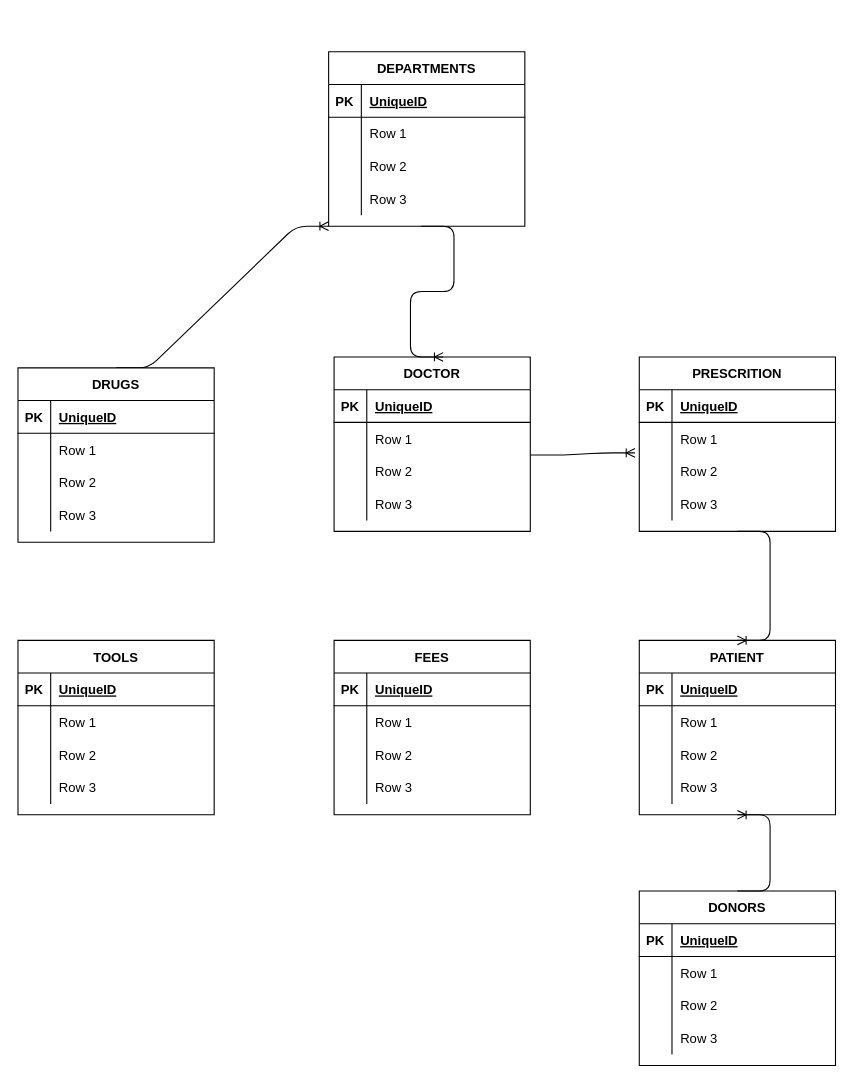
The draw.io diagram Database exercise.drawio in AlvinAlagos/A07, before the edit. Source tidied: cells renumbered, new cells numbered last; positions are measured from the earlier drawing's top-left corner, leaving out a move shared by most shapes. Both pictures are drawn from the tidied source at 109%, with x=0, y=0 at pixel (17, 51).
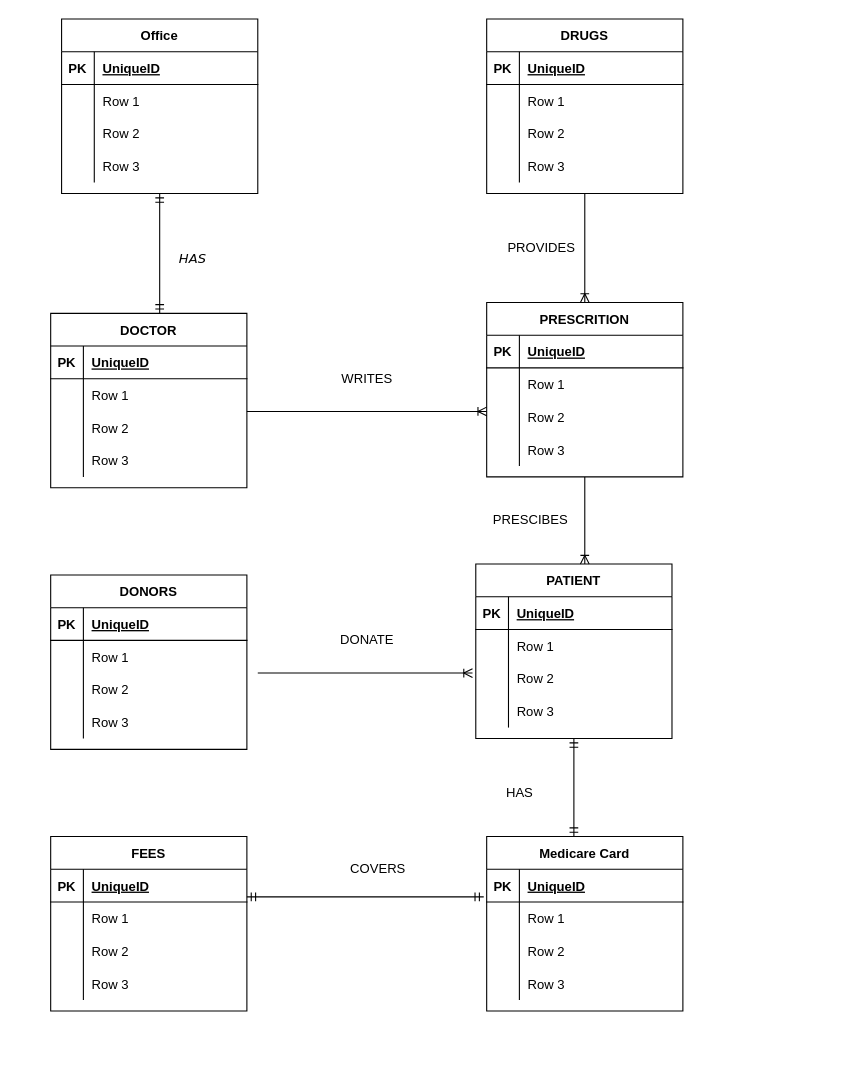
After the change.

Unchanged cells that the change refers to:
```xml
<mxCell id="19" style="shape=partialRectangle;fillColor=none;top=0;left=0;bottom=0;right=0;points=[[0,0.5],[1,0.5]];portConstraint=eastwest;" parent="15" vertex="1">
  <mxGeometry y="60" width="180" height="30" as="geometry" />
</mxCell>
<mxCell id="58" style="shape=partialRectangle;fillColor=none;top=0;left=0;bottom=0;right=0;points=[[0,0.5],[1,0.5]];portConstraint=eastwest;" parent="54" vertex="1">
  <mxGeometry y="60" width="180" height="30" as="geometry" />
</mxCell>
```

The edit, as a diff of the source:
```diff
@@
     <mxCell id="2" value="DOCTOR" style="shape=table;startSize=30;childLayout=tableLayout;rowLines=0;fontStyle=1;align=center;" parent="1" vertex="1">
-      <mxGeometry x="290" y="280" width="180" height="160" as="geometry" />
+      <mxGeometry x="30" y="240" width="180" height="160" as="geometry" />
     </mxCell>
@@
     <mxCell id="15" value="PRESCRITION" style="shape=table;startSize=30;childLayout=tableLayout;rowLines=0;fontStyle=1;align=center;" parent="1" vertex="1">
-      <mxGeometry x="570" y="280" width="180" height="160" as="geometry" />
+      <mxGeometry x="430" y="230" width="180" height="160" as="geometry" />
     </mxCell>
@@
     <mxCell id="28" value="PATIENT" style="shape=table;startSize=30;childLayout=tableLayout;rowLines=0;fontStyle=1;align=center;" parent="1" vertex="1">
-      <mxGeometry x="570" y="540" width="180" height="160" as="geometry" />
+      <mxGeometry x="420" y="470" width="180" height="160" as="geometry" />
     </mxCell>
@@
     <mxCell id="41" value="DONORS" style="shape=table;startSize=30;childLayout=tableLayout;rowLines=0;fontStyle=1;align=center;" parent="1" vertex="1">
-      <mxGeometry x="570" y="770" width="180" height="160" as="geometry" />
+      <mxGeometry x="30" y="480" width="180" height="160" as="geometry" />
     </mxCell>
@@
     <mxCell id="54" value="FEES" style="shape=table;startSize=30;childLayout=tableLayout;rowLines=0;fontStyle=1;align=center;" parent="1" vertex="1">
-      <mxGeometry x="290" y="540" width="180" height="160" as="geometry" />
+      <mxGeometry x="30" y="720" width="180" height="160" as="geometry" />
     </mxCell>
@@
-    <mxCell id="67" value="TOOLS" style="shape=table;startSize=30;childLayout=tableLayout;rowLines=0;fontStyle=1;align=center;" parent="1" vertex="1">
-      <mxGeometry y="540" width="180" height="160" as="geometry" />
+    <mxCell id="67" value="Office" style="shape=table;startSize=30;childLayout=tableLayout;rowLines=0;fontStyle=1;align=center;" parent="1" vertex="1">
+      <mxGeometry x="40" y="-30" width="180" height="160" as="geometry" />
     </mxCell>
@@
-    <mxCell id="80" value="DEPARTMENTS" style="shape=table;startSize=30;childLayout=tableLayout;rowLines=0;fontStyle=1;align=center;" parent="1" vertex="1">
-      <mxGeometry x="285" width="180" height="160" as="geometry" />
-    </mxCell>
-    <mxCell id="81" style="shape=partialRectangle;fillColor=none;top=0;left=0;bottom=1;right=0;points=[[0,0.5],[1,0.5]];portConstraint=eastwest;" parent="80" vertex="1">
-      <mxGeometry y="30" width="180" height="30" as="geometry" />
-    </mxCell>
-    <mxCell id="82" value="PK" style="shape=partialRectangle;fillColor=none;top=0;left=0;bottom=0;right=0;fontStyle=1;overflow=hidden;" parent="81" vertex="1">
-      <mxGeometry width="30" height="30" as="geometry" />
-    </mxCell>
-    <mxCell id="83" value="UniqueID" style="shape=partialRectangle;fillColor=none;top=0;left=0;bottom=0;right=0;align=left;spacingLeft=6;fontStyle=5;overflow=hidden;" parent="81" vertex="1">
-      <mxGeometry x="30" width="150" height="30" as="geometry" />
-    </mxCell>
-    <mxCell id="84" style="shape=partialRectangle;fillColor=none;top=0;left=0;bottom=0;right=0;" parent="80" vertex="1">
-      <mxGeometry y="60" width="180" height="30" as="geometry" />
-    </mxCell>
-    <mxCell id="85" style="shape=partialRectangle;fillColor=none;top=0;left=0;bottom=0;right=0;overflow=hidden;" parent="84" vertex="1">
-      <mxGeometry width="30" height="30" as="geometry" />
-    </mxCell>
-    <mxCell id="86" value="Row 1" style="shape=partialRectangle;fillColor=none;top=0;left=0;bottom=0;right=0;align=left;spacingLeft=6;overflow=hidden;" parent="84" vertex="1">
-      <mxGeometry x="30" width="150" height="30" as="geometry" />
-    </mxCell>
-    <mxCell id="87" style="shape=partialRectangle;fillColor=none;top=0;left=0;bottom=0;right=0;" parent="80" vertex="1">
-      <mxGeometry y="90" width="180" height="30" as="geometry" />
-    </mxCell>
-    <mxCell id="88" style="shape=partialRectangle;fillColor=none;top=0;left=0;bottom=0;right=0;overflow=hidden;" parent="87" vertex="1">
-      <mxGeometry width="30" height="30" as="geometry" />
-    </mxCell>
-    <mxCell id="89" value="Row 2" style="shape=partialRectangle;fillColor=none;top=0;left=0;bottom=0;right=0;align=left;spacingLeft=6;overflow=hidden;" parent="87" vertex="1">
-      <mxGeometry x="30" width="150" height="30" as="geometry" />
-    </mxCell>
-    <mxCell id="90" style="shape=partialRectangle;fillColor=none;top=0;left=0;bottom=0;right=0;" parent="80" vertex="1">
-      <mxGeometry y="120" width="180" height="30" as="geometry" />
-    </mxCell>
-    <mxCell id="91" style="shape=partialRectangle;fillColor=none;top=0;left=0;bottom=0;right=0;overflow=hidden;" parent="90" vertex="1">
-      <mxGeometry width="30" height="30" as="geometry" />
-    </mxCell>
-    <mxCell id="92" value="Row 3" style="shape=partialRectangle;fillColor=none;top=0;left=0;bottom=0;right=0;align=left;spacingLeft=6;overflow=hidden;" parent="90" vertex="1">
-      <mxGeometry x="30" width="150" height="30" as="geometry" />
-    </mxCell>
-    <mxCell id="93" style="edgeStyle=entityRelationEdgeStyle;fontSize=12;html=1;endArrow=ERoneToMany;entryX=0;entryY=1;entryDx=0;entryDy=0;exitX=0.5;exitY=0;exitDx=0;exitDy=0;" parent="1" edge="1" source="98" target="80">
-      <mxGeometry relative="1" as="geometry" />
-    </mxCell>
-    <mxCell id="94" style="edgeStyle=entityRelationEdgeStyle;fontSize=12;html=1;endArrow=ERoneToMany;entryX=0.556;entryY=0;entryDx=0;entryDy=0;entryPerimeter=0;" parent="1" edge="1" target="2">
-      <mxGeometry relative="1" as="geometry">
-        <mxPoint x="370" y="160" as="sourcePoint" />
-      </mxGeometry>
-    </mxCell>
-    <mxCell id="95" style="edgeStyle=entityRelationEdgeStyle;fontSize=12;html=1;endArrow=ERoneToMany;entryX=-0.022;entryY=0.933;entryDx=0;entryDy=0;entryPerimeter=0;" parent="1" edge="1" target="19">
-      <mxGeometry relative="1" as="geometry">
-        <mxPoint x="470" y="370" as="sourcePoint" />
-      </mxGeometry>
-    </mxCell>
-    <mxCell id="96" style="edgeStyle=entityRelationEdgeStyle;fontSize=12;html=1;endArrow=ERoneToMany;entryX=0.5;entryY=0;entryDx=0;entryDy=0;exitX=0.5;exitY=1;exitDx=0;exitDy=0;" parent="1" edge="1" source="15" target="28">
-      <mxGeometry relative="1" as="geometry" />
-    </mxCell>
-    <mxCell id="97" style="edgeStyle=entityRelationEdgeStyle;fontSize=12;html=1;endArrow=ERoneToMany;exitX=0.5;exitY=0;exitDx=0;exitDy=0;entryX=0.5;entryY=1;entryDx=0;entryDy=0;" parent="1" edge="1" source="41" target="28">
-      <mxGeometry relative="1" as="geometry" />
-    </mxCell>
     <mxCell id="98" value="DRUGS" style="shape=table;startSize=30;childLayout=tableLayout;rowLines=0;fontStyle=1;align=center;" parent="1" vertex="1">
-      <mxGeometry y="290" width="180" height="160" as="geometry" />
+      <mxGeometry x="430" y="-30" width="180" height="160" as="geometry" />
     </mxCell>
@@
+    <mxCell id="111" value="Medicare Card" style="shape=table;startSize=30;childLayout=tableLayout;rowLines=0;fontStyle=1;align=center;" parent="1" vertex="1">
+      <mxGeometry x="430" y="720" width="180" height="160" as="geometry" />
+    </mxCell>
+    <mxCell id="81" style="shape=partialRectangle;fillColor=none;top=0;left=0;bottom=1;right=0;points=[[0,0.5],[1,0.5]];portConstraint=eastwest;" parent="111" vertex="1">
+      <mxGeometry y="30" width="180" height="30" as="geometry" />
+    </mxCell>
+    <mxCell id="82" value="PK" style="shape=partialRectangle;fillColor=none;top=0;left=0;bottom=0;right=0;fontStyle=1;overflow=hidden;" parent="81" vertex="1">
+      <mxGeometry width="30" height="30" as="geometry" />
+    </mxCell>
+    <mxCell id="83" value="UniqueID" style="shape=partialRectangle;fillColor=none;top=0;left=0;bottom=0;right=0;align=left;spacingLeft=6;fontStyle=5;overflow=hidden;" parent="81" vertex="1">
+      <mxGeometry x="30" width="150" height="30" as="geometry" />
+    </mxCell>
+    <mxCell id="84" style="shape=partialRectangle;fillColor=none;top=0;left=0;bottom=0;right=0;" parent="111" vertex="1">
+      <mxGeometry y="60" width="180" height="30" as="geometry" />
+    </mxCell>
+    <mxCell id="112" style="shape=partialRectangle;fillColor=none;top=0;left=0;bottom=0;right=0;overflow=hidden;" parent="84" vertex="1">
+      <mxGeometry width="30" height="30" as="geometry" />
+    </mxCell>
+    <mxCell id="86" value="Row 1" style="shape=partialRectangle;fillColor=none;top=0;left=0;bottom=0;right=0;align=left;spacingLeft=6;overflow=hidden;" parent="84" vertex="1">
+      <mxGeometry x="30" width="150" height="30" as="geometry" />
+    </mxCell>
+    <mxCell id="87" style="shape=partialRectangle;fillColor=none;top=0;left=0;bottom=0;right=0;" parent="111" vertex="1">
+      <mxGeometry y="90" width="180" height="30" as="geometry" />
+    </mxCell>
+    <mxCell id="113" style="shape=partialRectangle;fillColor=none;top=0;left=0;bottom=0;right=0;overflow=hidden;" parent="87" vertex="1">
+      <mxGeometry width="30" height="30" as="geometry" />
+    </mxCell>
+    <mxCell id="89" value="Row 2" style="shape=partialRectangle;fillColor=none;top=0;left=0;bottom=0;right=0;align=left;spacingLeft=6;overflow=hidden;" parent="87" vertex="1">
+      <mxGeometry x="30" width="150" height="30" as="geometry" />
+    </mxCell>
+    <mxCell id="90" style="shape=partialRectangle;fillColor=none;top=0;left=0;bottom=0;right=0;" parent="111" vertex="1">
+      <mxGeometry y="120" width="180" height="30" as="geometry" />
+    </mxCell>
+    <mxCell id="114" style="shape=partialRectangle;fillColor=none;top=0;left=0;bottom=0;right=0;overflow=hidden;" parent="90" vertex="1">
+      <mxGeometry width="30" height="30" as="geometry" />
+    </mxCell>
+    <mxCell id="92" value="Row 3" style="shape=partialRectangle;fillColor=none;top=0;left=0;bottom=0;right=0;align=left;spacingLeft=6;overflow=hidden;" parent="90" vertex="1">
+      <mxGeometry x="30" width="150" height="30" as="geometry" />
+    </mxCell>
+    <mxCell id="115" style="fontSize=12;html=1;endArrow=ERmandOne;startArrow=ERmandOne;exitX=0.5;exitY=1;exitDx=0;exitDy=0;" parent="1" edge="1" source="28">
+      <mxGeometry relative="1" as="geometry">
+        <mxPoint x="510" y="720" as="targetPoint" />
+      </mxGeometry>
+    </mxCell>
+    <mxCell id="116" style="edgeStyle=entityRelationEdgeStyle;fontSize=12;html=1;endArrow=ERmandOne;startArrow=ERmandOne;entryX=-0.015;entryY=0.843;entryDx=0;entryDy=0;entryPerimeter=0;exitX=1;exitY=-0.157;exitDx=0;exitDy=0;exitPerimeter=0;" parent="1" edge="1" source="58" target="81">
+      <mxGeometry relative="1" as="geometry" />
+    </mxCell>
+    <mxCell id="117" style="edgeStyle=entityRelationEdgeStyle;fontSize=12;html=1;endArrow=ERoneToMany;" parent="1" edge="1">
+      <mxGeometry relative="1" as="geometry">
+        <mxPoint x="220" y="570" as="sourcePoint" />
+        <mxPoint x="417" y="570" as="targetPoint" />
+      </mxGeometry>
+    </mxCell>
+    <mxCell id="118" style="fontSize=12;html=1;endArrow=ERoneToMany;exitX=0.5;exitY=1;exitDx=0;exitDy=0;" parent="1" edge="1" source="15">
+      <mxGeometry relative="1" as="geometry">
+        <mxPoint x="520" y="470" as="targetPoint" />
+      </mxGeometry>
+    </mxCell>
+    <mxCell id="119" style="fontSize=12;html=1;endArrow=ERoneToMany;exitX=0.5;exitY=1;exitDx=0;exitDy=0;" parent="1" edge="1" source="98">
+      <mxGeometry relative="1" as="geometry">
+        <mxPoint x="520" y="230" as="targetPoint" />
+      </mxGeometry>
+    </mxCell>
+    <mxCell id="120" style="edgeStyle=entityRelationEdgeStyle;fontSize=12;html=1;endArrow=ERoneToMany;" parent="1" edge="1">
+      <mxGeometry relative="1" as="geometry">
+        <mxPoint x="210" y="330" as="sourcePoint" />
+        <mxPoint x="430" y="330" as="targetPoint" />
+      </mxGeometry>
+    </mxCell>
+    <mxCell id="121" style="fontSize=12;html=1;endArrow=ERmandOne;startArrow=ERmandOne;elbow=vertical;entryX=0.5;entryY=1;entryDx=0;entryDy=0;" parent="1" edge="1" target="67">
+      <mxGeometry relative="1" as="geometry">
+        <mxPoint x="130" y="240" as="sourcePoint" />
+      </mxGeometry>
+    </mxCell>
+    <mxCell id="122" value="&lt;font face=&quot;Verdana&quot;&gt;&lt;i&gt;HAS&lt;/i&gt;&lt;/font&gt;" style="text;html=1;align=center;verticalAlign=middle;" parent="1" vertex="1">
+      <mxGeometry x="140" y="180" width="40" height="20" as="geometry" />
+    </mxCell>
+    <mxCell id="123" value="PROVIDES" style="text;html=1;align=center;verticalAlign=middle;" parent="1" vertex="1">
+      <mxGeometry x="440" y="170" width="80" height="20" as="geometry" />
+    </mxCell>
+    <mxCell id="124" value="WRITES" style="text;html=1;align=center;verticalAlign=middle;" parent="1" vertex="1">
+      <mxGeometry x="290" y="290" width="60" height="20" as="geometry" />
+    </mxCell>
+    <mxCell id="125" value="DONATE" style="text;html=1;align=center;verticalAlign=middle;" parent="1" vertex="1">
+      <mxGeometry x="290" y="530" width="60" height="20" as="geometry" />
+    </mxCell>
+    <mxCell id="126" value="PRESCIBES" style="text;html=1;align=center;verticalAlign=middle;" parent="1" vertex="1">
+      <mxGeometry x="430" y="420" width="80" height="20" as="geometry" />
+    </mxCell>
+    <mxCell id="127" value="HAS" style="text;html=1;align=center;verticalAlign=middle;" parent="1" vertex="1">
+      <mxGeometry x="440" y="670" width="40" height="20" as="geometry" />
+    </mxCell>
+    <mxCell id="128" value="COVERS" style="text;html=1;align=center;verticalAlign=middle;" parent="1" vertex="1">
+      <mxGeometry x="295" y="740" width="70" height="20" as="geometry" />
+    </mxCell>
```
